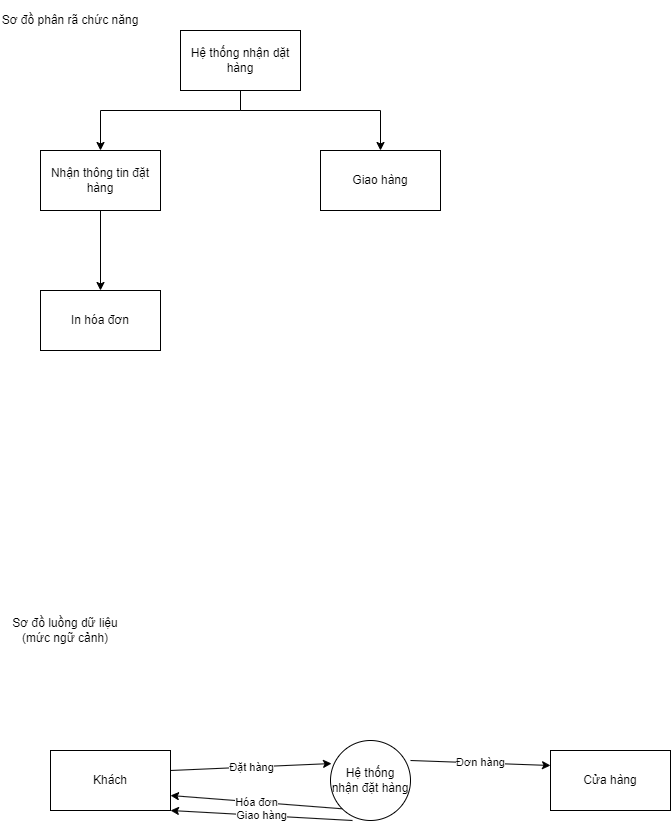
Before: DFD3.png, a diagram exported from draw.io (InfiniteByte1811/branch1). Source tidied: cells renumbered, new cells last; positions are measured from the earlier drawing's top-left corner, leaving out a move shared by most shapes.
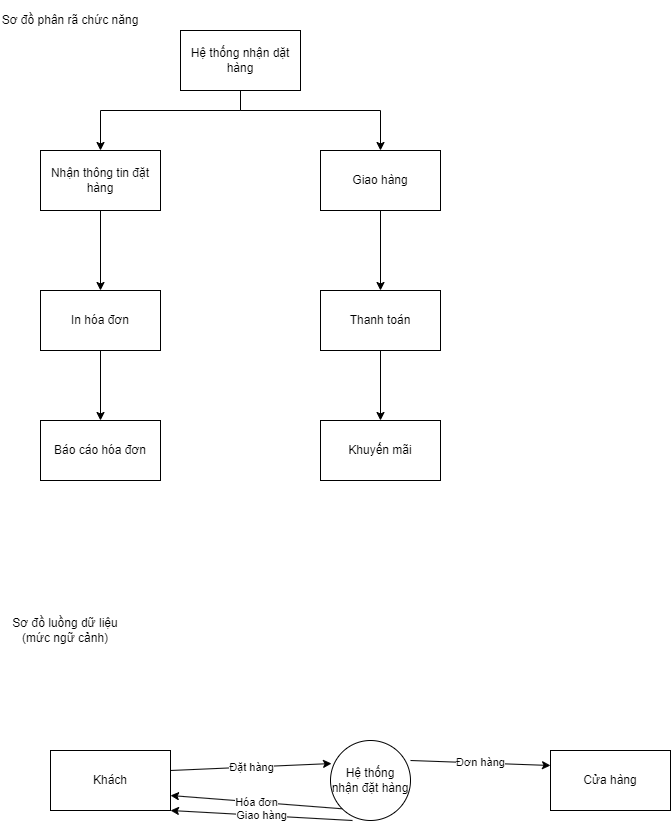
The same diagram one commit later.

Commit message:
Cập nhật DFD3.png

What changed in the source:
```diff
@@ -61,11 +61,29 @@
     <mxCell id="15" value="Giao hàng" style="endArrow=classic;html=1;rounded=0;entryX=1;entryY=1;entryDx=0;entryDy=0;exitX=0.275;exitY=1;exitDx=0;exitDy=0;exitPerimeter=0;" parent="1" edge="1" source="11" target="10">
       <mxGeometry relative="1" as="geometry" />
     </mxCell>
+    <mxCell id="18" style="edgeStyle=orthogonalEdgeStyle;rounded=0;jettySize=auto;html=1;entryX=0.5;entryY=0;entryDx=0;entryDy=0;" parent="1" edge="1" source="16" target="23">
+      <mxGeometry relative="1" as="geometry" />
+    </mxCell>
     <mxCell id="16" value="In hóa đơn" style="rounded=0;whiteSpace=wrap;html=1;" parent="1" vertex="1">
       <mxGeometry x="40" y="290" width="120" height="60" as="geometry" />
     </mxCell>
+    <mxCell id="19" style="edgeStyle=orthogonalEdgeStyle;rounded=0;jettySize=auto;html=1;" parent="1" edge="1" source="17" target="21">
+      <mxGeometry relative="1" as="geometry" />
+    </mxCell>
     <mxCell id="17" value="Giao hàng" style="rounded=0;whiteSpace=wrap;html=1;" parent="1" vertex="1">
       <mxGeometry x="320" y="150" width="120" height="60" as="geometry" />
     </mxCell>
+    <mxCell id="20" style="edgeStyle=orthogonalEdgeStyle;rounded=0;jettySize=auto;html=1;" parent="1" edge="1" source="21" target="22">
+      <mxGeometry relative="1" as="geometry" />
+    </mxCell>
+    <mxCell id="21" value="Thanh toán" style="rounded=0;whiteSpace=wrap;html=1;" parent="1" vertex="1">
+      <mxGeometry x="320" y="290" width="120" height="60" as="geometry" />
+    </mxCell>
+    <mxCell id="22" value="Khuyến mãi" style="rounded=0;whiteSpace=wrap;html=1;" parent="1" vertex="1">
+      <mxGeometry x="320" y="420" width="120" height="60" as="geometry" />
+    </mxCell>
+    <mxCell id="23" value="Báo cáo hóa đơn" style="rounded=0;whiteSpace=wrap;html=1;" parent="1" vertex="1">
+      <mxGeometry x="40" y="420" width="120" height="60" as="geometry" />
+    </mxCell>
   </root>
 </mxGraphModel>
```
